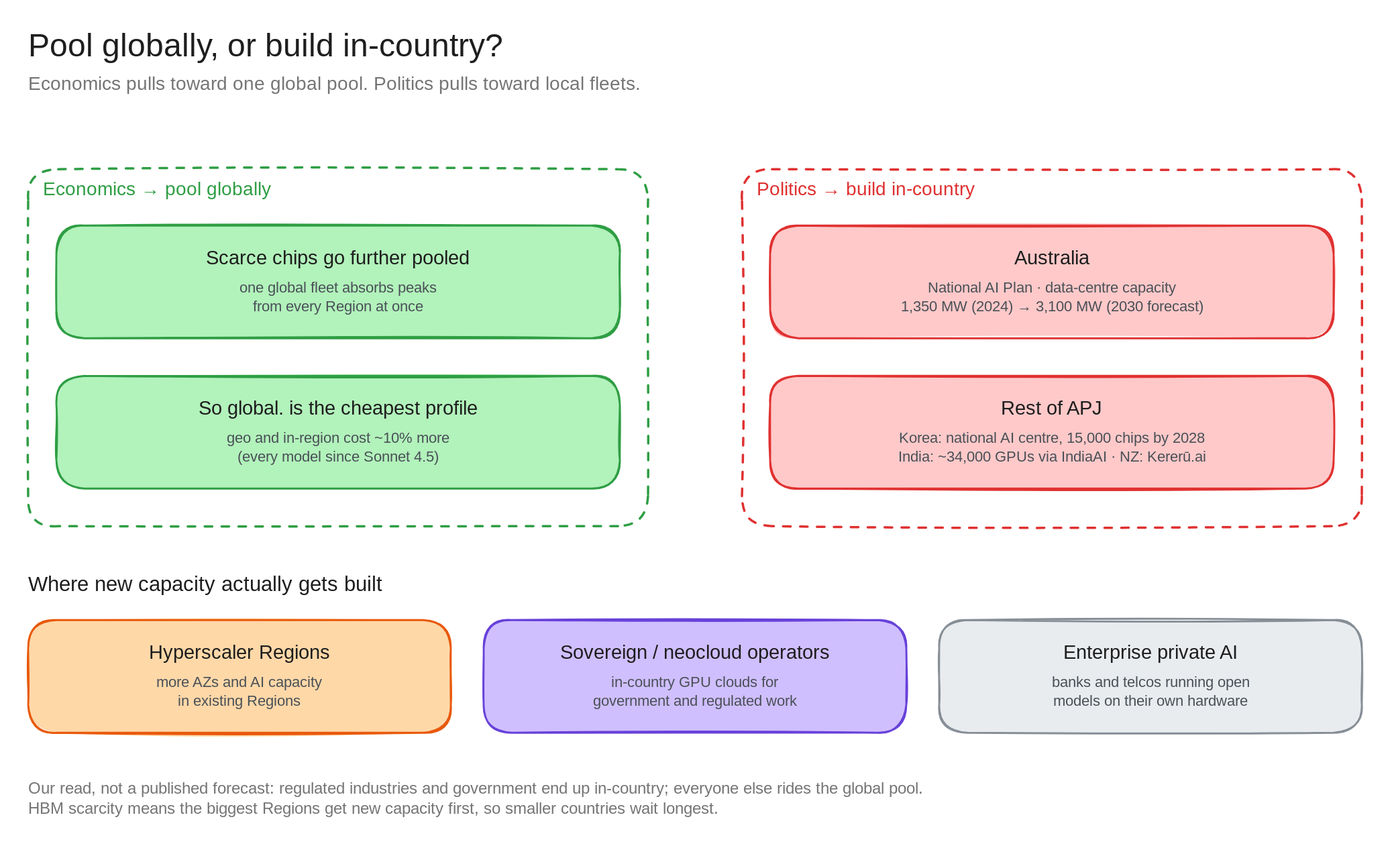
Before: architecture-diagrams/claude-anz-infra-excalidraw/diagrams/c7b-pool-vs-local.excalidraw.svg, a diagram exported from Excalidraw (bsnehanshu/slides). Source tidied: one line per element, renumbered; positions are measured from the earlier drawing's top-left corner, leaving out a move shared by most shapes.
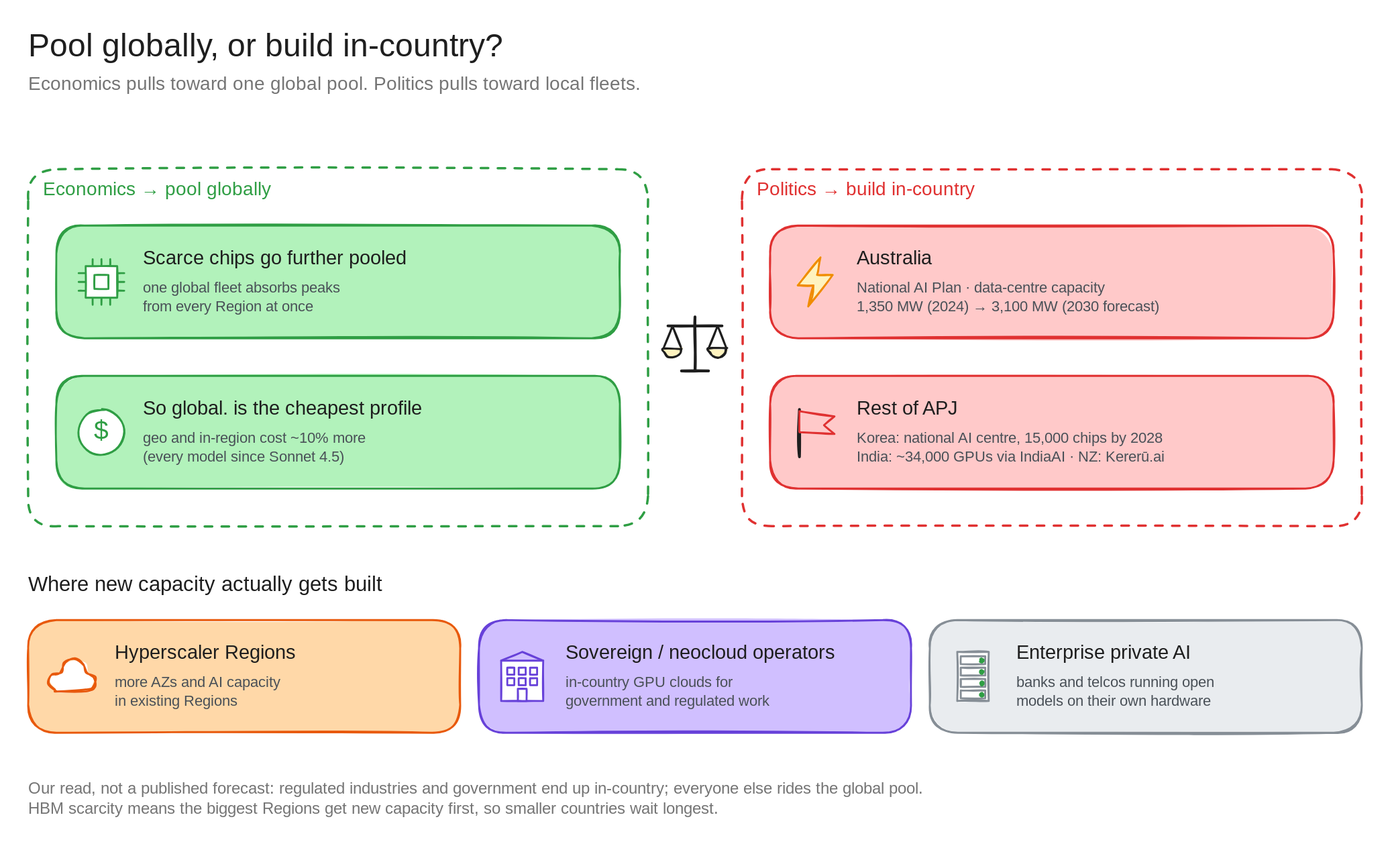
Above is the later version.

Change to the diagram source:
```diff
@@ -3,27 +3,72 @@
 {"id": 2, "type": "rectangle", "strokeColor": "#2f9e44", "strokeWidth": 2, "strokeStyle": "dashed", "roughness": 1, "round": true, "x": 0, "y": 150, "width": 660, "height": 380}
 {"id": 3, "type": "text", "text": "Economics → pool globally", "strokeColor": "#2f9e44", "strokeWidth": 2, "roughness": 1, "fontSize": 20, "fontFamily": 5, "x": 16, "y": 160, "width": 253, "height": 25}
 {"id": 4, "type": "rectangle", "strokeColor": "#2f9e44", "backgroundColor": "#b2f2bb", "fillStyle": "solid", "strokeWidth": 2, "roughness": 1, "round": true, "x": 30, "y": 210, "width": 600, "height": 120}
-{"id": 5, "type": "text", "text": "Scarce chips go further pooled", "strokeColor": "#1e1e1e", "strokeWidth": 2, "roughness": 1, "fontSize": 21, "fontFamily": 5, "textAlign": "center", "x": 172, "y": 233, "width": 317, "height": 26}
+{"id": 5, "type": "text", "text": "Scarce chips go further pooled", "strokeColor": "#1e1e1e", "strokeWidth": 2, "roughness": 1, "fontSize": 21, "fontFamily": 5, "x": 122, "y": 233, "width": 317, "height": 26}
-{"id": 6, "type": "text", "text": "one global fleet absorbs peaks\nfrom every Region at once", "strokeColor": "#495057", "strokeWidth": 2, "roughness": 1, "fontSize": 16, "fontFamily": 5, "textAlign": "center", "x": 210, "y": 267, "width": 240, "height": 40}
+{"id": 6, "type": "text", "text": "one global fleet absorbs peaks\nfrom every Region at once", "strokeColor": "#495057", "strokeWidth": 2, "roughness": 1, "fontSize": 16, "fontFamily": 5, "x": 122, "y": 267, "width": 240, "height": 40}
+{"id": 29, "type": "line", "strokeColor": "#2f9e44", "strokeWidth": 2, "roughness": 1, "x": 69, "y": 246, "width": 0, "height": 7, "points": [[0, 0], [0, 7]]}
+{"id": 30, "type": "line", "strokeColor": "#2f9e44", "strokeWidth": 2, "roughness": 1, "x": 69, "y": 287, "width": 0, "height": 7, "points": [[0, 0], [0, 7]]}
+{"id": 31, "type": "line", "strokeColor": "#2f9e44", "strokeWidth": 2, "roughness": 1, "x": 54, "y": 261, "width": 7, "height": 0, "points": [[0, 0], [7, 0]]}
+{"id": 32, "type": "line", "strokeColor": "#2f9e44", "strokeWidth": 2, "roughness": 1, "x": 95, "y": 261, "width": 7, "height": 0, "points": [[0, 0], [7, 0]]}
+{"id": 33, "type": "line", "strokeColor": "#2f9e44", "strokeWidth": 2, "roughness": 1, "x": 78, "y": 246, "width": 0, "height": 7, "points": [[0, 0], [0, 7]]}
+{"id": 34, "type": "line", "strokeColor": "#2f9e44", "strokeWidth": 2, "roughness": 1, "x": 78, "y": 287, "width": 0, "height": 7, "points": [[0, 0], [0, 7]]}
+{"id": 35, "type": "line", "strokeColor": "#2f9e44", "strokeWidth": 2, "roughness": 1, "x": 54, "y": 270, "width": 7, "height": 0, "points": [[0, 0], [7, 0]]}
+{"id": 36, "type": "line", "strokeColor": "#2f9e44", "strokeWidth": 2, "roughness": 1, "x": 95, "y": 270, "width": 7, "height": 0, "points": [[0, 0], [7, 0]]}
+{"id": 37, "type": "line", "strokeColor": "#2f9e44", "strokeWidth": 2, "roughness": 1, "x": 87, "y": 246, "width": 0, "height": 7, "points": [[0, 0], [0, 7]]}
+{"id": 38, "type": "line", "strokeColor": "#2f9e44", "strokeWidth": 2, "roughness": 1, "x": 87, "y": 287, "width": 0, "height": 7, "points": [[0, 0], [0, 7]]}
+{"id": 39, "type": "line", "strokeColor": "#2f9e44", "strokeWidth": 2, "roughness": 1, "x": 54, "y": 279, "width": 7, "height": 0, "points": [[0, 0], [7, 0]]}
+{"id": 40, "type": "line", "strokeColor": "#2f9e44", "strokeWidth": 2, "roughness": 1, "x": 95, "y": 279, "width": 7, "height": 0, "points": [[0, 0], [7, 0]]}
+{"id": 41, "type": "rectangle", "strokeColor": "#2f9e44", "backgroundColor": "#ffffff", "fillStyle": "solid", "strokeWidth": 2, "roughness": 1, "x": 61, "y": 253, "width": 34, "height": 34}
+{"id": 42, "type": "rectangle", "strokeColor": "#2f9e44", "backgroundColor": "#ffffff", "fillStyle": "solid", "strokeWidth": 2, "roughness": 1, "x": 71, "y": 263, "width": 15, "height": 15}
 {"id": 7, "type": "rectangle", "strokeColor": "#2f9e44", "backgroundColor": "#b2f2bb", "fillStyle": "solid", "strokeWidth": 2, "roughness": 1, "round": true, "x": 30, "y": 370, "width": 600, "height": 120}
-{"id": 8, "type": "text", "text": "So global. is the cheapest profile", "strokeColor": "#1e1e1e", "strokeWidth": 2, "roughness": 1, "fontSize": 21, "fontFamily": 5, "textAlign": "center", "x": 160, "y": 393, "width": 340, "height": 26}
+{"id": 8, "type": "text", "text": "So global. is the cheapest profile", "strokeColor": "#1e1e1e", "strokeWidth": 2, "roughness": 1, "fontSize": 21, "fontFamily": 5, "x": 122, "y": 393, "width": 340, "height": 26}
-{"id": 9, "type": "text", "text": "geo and in-region cost ~10% more\n(every model since Sonnet 4.5)", "strokeColor": "#495057", "strokeWidth": 2, "roughness": 1, "fontSize": 16, "fontFamily": 5, "textAlign": "center", "x": 197, "y": 427, "width": 266, "height": 40}
+{"id": 9, "type": "text", "text": "geo and in-region cost ~10% more\n(every model since Sonnet 4.5)", "strokeColor": "#495057", "strokeWidth": 2, "roughness": 1, "fontSize": 16, "fontFamily": 5, "x": 122, "y": 427, "width": 266, "height": 40}
+{"id": 43, "type": "ellipse", "strokeColor": "#2f9e44", "backgroundColor": "#ffffff", "fillStyle": "solid", "strokeWidth": 2, "roughness": 1, "round": true, "x": 54, "y": 406, "width": 49, "height": 49}
+{"id": 44, "type": "text", "text": "$", "strokeColor": "#2f9e44", "strokeWidth": 2, "roughness": 1, "fontSize": 28, "fontFamily": 5, "textAlign": "center", "x": 66, "y": 412, "width": 23, "height": 35}
+{"id": 45, "type": "line", "strokeColor": "#1e1e1e", "strokeWidth": 3, "roughness": 1, "x": 710, "y": 307, "width": 0, "height": 58, "points": [[0, 0], [0, 58]]}
+{"id": 46, "type": "line", "strokeColor": "#1e1e1e", "strokeWidth": 3, "roughness": 1, "x": 696, "y": 365, "width": 29, "height": 0, "points": [[0, 0], [29, 0]]}
+{"id": 47, "type": "line", "strokeColor": "#1e1e1e", "strokeWidth": 3, "roughness": 1, "x": 681, "y": 317, "width": 58, "height": 0, "points": [[0, 0], [58, 0]]}
+{"id": 48, "type": "line", "strokeColor": "#1e1e1e", "strokeWidth": 2, "roughness": 1, "x": 676, "y": 341, "width": 19, "height": 24, "points": [[0, 0], [10, -24], [19, 0]]}
+{"id": 49, "type": "line", "strokeColor": "#1e1e1e", "strokeWidth": 2, "roughness": 1, "x": 724, "y": 341, "width": 19, "height": 24, "points": [[0, 0], [10, -24], [19, 0]]}
+{"id": 50, "type": "line", "strokeColor": "#1e1e1e", "backgroundColor": "#fff3bf", "fillStyle": "solid", "strokeWidth": 2, "roughness": 1, "round": true, "x": 696, "y": 341, "width": 19, "height": 10, "points": [[0, 0], [-1, 5], [-5, 8], [-10, 10], [-14, 8], [-18, 5], [-19, 0], [0, 0]]}
+{"id": 51, "type": "line", "strokeColor": "#1e1e1e", "backgroundColor": "#fff3bf", "fillStyle": "solid", "strokeWidth": 2, "roughness": 1, "round": true, "x": 744, "y": 341, "width": 19, "height": 10, "points": [[0, 0], [-1, 5], [-5, 8], [-10, 10], [-14, 8], [-18, 5], [-19, 0], [0, 0]]}
 {"id": 10, "type": "rectangle", "strokeColor": "#e03131", "strokeWidth": 2, "strokeStyle": "dashed", "roughness": 1, "round": true, "x": 760, "y": 150, "width": 660, "height": 380}
 {"id": 11, "type": "text", "text": "Politics → build in-country", "strokeColor": "#e03131", "strokeWidth": 2, "roughness": 1, "fontSize": 20, "fontFamily": 5, "x": 776, "y": 160, "width": 259, "height": 25}
 {"id": 12, "type": "rectangle", "strokeColor": "#e03131", "backgroundColor": "#ffc9c9", "fillStyle": "solid", "strokeWidth": 2, "roughness": 1, "round": true, "x": 790, "y": 210, "width": 600, "height": 120}
-{"id": 13, "type": "text", "text": "Australia", "strokeColor": "#1e1e1e", "strokeWidth": 2, "roughness": 1, "fontSize": 21, "fontFamily": 5, "textAlign": "center", "x": 1044, "y": 233, "width": 93, "height": 26}
+{"id": 13, "type": "text", "text": "Australia", "strokeColor": "#1e1e1e", "strokeWidth": 2, "roughness": 1, "fontSize": 21, "fontFamily": 5, "x": 882, "y": 233, "width": 93, "height": 26}
-{"id": 14, "type": "text", "text": "National AI Plan · data-centre capacity\n1,350 MW (2024) → 3,100 MW (2030 forecast)", "strokeColor": "#495057", "strokeWidth": 2, "roughness": 1, "fontSize": 16, "fontFamily": 5, "textAlign": "center", "x": 902, "y": 267, "width": 375, "height": 40}
+{"id": 14, "type": "text", "text": "National AI Plan · data-centre capacity\n1,350 MW (2024) → 3,100 MW (2030 forecast)", "strokeColor": "#495057", "strokeWidth": 2, "roughness": 1, "fontSize": 16, "fontFamily": 5, "x": 882, "y": 267, "width": 375, "height": 40}
+{"id": 52, "type": "line", "strokeColor": "#f08c00", "backgroundColor": "#fff3bf", "fillStyle": "solid", "strokeWidth": 2, "roughness": 1, "x": 844, "y": 244, "width": 37, "height": 52, "points": [[0, 0], [-24, 30], [-7, 30], [-13, 52], [13, 19], [-4, 19], [0, 0]]}
 {"id": 15, "type": "rectangle", "strokeColor": "#e03131", "backgroundColor": "#ffc9c9", "fillStyle": "solid", "strokeWidth": 2, "roughness": 1, "round": true, "x": 790, "y": 370, "width": 600, "height": 120}
-{"id": 16, "type": "text", "text": "Rest of APJ", "strokeColor": "#1e1e1e", "strokeWidth": 2, "roughness": 1, "fontSize": 21, "fontFamily": 5, "textAlign": "center", "x": 1024, "y": 393, "width": 132, "height": 26}
+{"id": 16, "type": "text", "text": "Rest of APJ", "strokeColor": "#1e1e1e", "strokeWidth": 2, "roughness": 1, "fontSize": 21, "fontFamily": 5, "x": 882, "y": 393, "width": 132, "height": 26}
-{"id": 17, "type": "text", "text": "Korea: national AI centre, 15,000 chips by 2028\nIndia: ~34,000 GPUs via IndiaAI · NZ: Kererū.ai", "strokeColor": "#495057", "strokeWidth": 2, "roughness": 1, "fontSize": 16, "fontFamily": 5, "textAlign": "center", "x": 900, "y": 427, "width": 380, "height": 40}
+{"id": 17, "type": "text", "text": "Korea: national AI centre, 15,000 chips by 2028\nIndia: ~34,000 GPUs via IndiaAI · NZ: Kererū.ai", "strokeColor": "#495057", "strokeWidth": 2, "roughness": 1, "fontSize": 16, "fontFamily": 5, "x": 882, "y": 427, "width": 380, "height": 40}
+{"id": 53, "type": "line", "strokeColor": "#1e1e1e", "strokeWidth": 3, "roughness": 1, "x": 821, "y": 456, "width": 0, "height": 50, "points": [[0, 0], [0, -50]]}
+{"id": 54, "type": "line", "strokeColor": "#e03131", "backgroundColor": "#ffc9c9", "fillStyle": "solid", "strokeWidth": 2, "roughness": 1, "x": 821, "y": 408, "width": 37, "height": 24, "points": [[0, 0], [37, 6], [26, 15], [37, 24], [0, 22], [0, 0]]}
 {"id": 18, "type": "text", "text": "Where new capacity actually gets built", "strokeColor": "#1e1e1e", "strokeWidth": 2, "roughness": 1, "fontSize": 22, "fontFamily": 5, "x": 0, "y": 580, "width": 413, "height": 28}
-{"id": 19, "type": "rectangle", "strokeColor": "#e8590c", "backgroundColor": "#ffd8a8", "fillStyle": "solid", "strokeWidth": 2, "roughness": 1, "round": true, "x": 0, "y": 630, "width": 450, "height": 120}
+{"id": 19, "type": "rectangle", "strokeColor": "#e8590c", "backgroundColor": "#ffd8a8", "fillStyle": "solid", "strokeWidth": 2, "roughness": 1, "round": true, "x": 0, "y": 630, "width": 460, "height": 120}
-{"id": 20, "type": "text", "text": "Hyperscaler Regions", "strokeColor": "#1e1e1e", "strokeWidth": 2, "roughness": 1, "fontSize": 21, "fontFamily": 5, "textAlign": "center", "x": 124, "y": 653, "width": 203, "height": 26}
+{"id": 20, "type": "text", "text": "Hyperscaler Regions", "strokeColor": "#1e1e1e", "strokeWidth": 2, "roughness": 1, "fontSize": 21, "fontFamily": 5, "x": 92, "y": 653, "width": 203, "height": 26}
-{"id": 21, "type": "text", "text": "more AZs and AI capacity\nin existing Regions", "strokeColor": "#495057", "strokeWidth": 2, "roughness": 1, "fontSize": 16, "fontFamily": 5, "textAlign": "center", "x": 122, "y": 687, "width": 207, "height": 40}
+{"id": 21, "type": "text", "text": "more AZs and AI capacity\nin existing Regions", "strokeColor": "#495057", "strokeWidth": 2, "roughness": 1, "fontSize": 16, "fontFamily": 5, "x": 92, "y": 687, "width": 207, "height": 40}
+{"id": 55, "type": "line", "strokeColor": "#e8590c", "backgroundColor": "#ffffff", "fillStyle": "solid", "strokeWidth": 2, "roughness": 1, "round": true, "x": 29, "y": 705, "width": 49, "height": 34, "points": [[0, 0], [-7, -7], [-4, -17], [6, -20], [9, -29], [21, -34], [31, -28], [34, -20], [41, -14], [41, -5], [34, 0], [0, 0]]}
-{"id": 22, "type": "rectangle", "strokeColor": "#6741d9", "backgroundColor": "#d0bfff", "fillStyle": "solid", "strokeWidth": 2, "roughness": 1, "round": true, "x": 485, "y": 630, "width": 450, "height": 120}
+{"id": 22, "type": "rectangle", "strokeColor": "#6741d9", "backgroundColor": "#d0bfff", "fillStyle": "solid", "strokeWidth": 2, "roughness": 1, "round": true, "x": 480, "y": 630, "width": 460, "height": 120}
-{"id": 23, "type": "text", "text": "Sovereign / neocloud operators", "strokeColor": "#1e1e1e", "strokeWidth": 2, "roughness": 1, "fontSize": 21, "fontFamily": 5, "textAlign": "center", "x": 550, "y": 653, "width": 321, "height": 26}
+{"id": 23, "type": "text", "text": "Sovereign / neocloud operators", "strokeColor": "#1e1e1e", "strokeWidth": 2, "roughness": 1, "fontSize": 21, "fontFamily": 5, "x": 572, "y": 653, "width": 321, "height": 26}
-{"id": 24, "type": "text", "text": "in-country GPU clouds for\ngovernment and regulated work", "strokeColor": "#495057", "strokeWidth": 2, "roughness": 1, "fontSize": 16, "fontFamily": 5, "textAlign": "center", "x": 588, "y": 687, "width": 244, "height": 40}
+{"id": 24, "type": "text", "text": "in-country GPU clouds for\ngovernment and regulated work", "strokeColor": "#495057", "strokeWidth": 2, "roughness": 1, "fontSize": 16, "fontFamily": 5, "x": 572, "y": 687, "width": 244, "height": 40}
+{"id": 56, "type": "rectangle", "strokeColor": "#6741d9", "backgroundColor": "#ffffff", "fillStyle": "solid", "strokeWidth": 2, "roughness": 1, "x": 504, "y": 673, "width": 45, "height": 43}
+{"id": 57, "type": "line", "strokeColor": "#6741d9", "strokeWidth": 2, "roughness": 1, "x": 504, "y": 673, "width": 45, "height": 9, "points": [[0, 0], [22, -9], [45, 0]]}
+{"id": 58, "type": "rectangle", "strokeColor": "#6741d9", "backgroundColor": "#ffffff", "fillStyle": "solid", "strokeWidth": 2, "roughness": 1, "x": 510, "y": 681, "width": 7, "height": 7}
+{"id": 59, "type": "rectangle", "strokeColor": "#6741d9", "backgroundColor": "#ffffff", "fillStyle": "solid", "strokeWidth": 2, "roughness": 1, "x": 522, "y": 681, "width": 7, "height": 7}
+{"id": 60, "type": "rectangle", "strokeColor": "#6741d9", "backgroundColor": "#ffffff", "fillStyle": "solid", "strokeWidth": 2, "roughness": 1, "x": 534, "y": 681, "width": 7, "height": 7}
+{"id": 61, "type": "rectangle", "strokeColor": "#6741d9", "backgroundColor": "#ffffff", "fillStyle": "solid", "strokeWidth": 2, "roughness": 1, "x": 510, "y": 692, "width": 7, "height": 7}
+{"id": 62, "type": "rectangle", "strokeColor": "#6741d9", "backgroundColor": "#ffffff", "fillStyle": "solid", "strokeWidth": 2, "roughness": 1, "x": 522, "y": 692, "width": 7, "height": 7}
+{"id": 63, "type": "rectangle", "strokeColor": "#6741d9", "backgroundColor": "#ffffff", "fillStyle": "solid", "strokeWidth": 2, "roughness": 1, "x": 534, "y": 692, "width": 7, "height": 7}
+{"id": 64, "type": "rectangle", "strokeColor": "#6741d9", "backgroundColor": "#ffffff", "fillStyle": "solid", "strokeWidth": 2, "roughness": 1, "x": 521, "y": 703, "width": 9, "height": 13}
-{"id": 25, "type": "rectangle", "strokeColor": "#868e96", "backgroundColor": "#e9ecef", "fillStyle": "solid", "strokeWidth": 2, "roughness": 1, "round": true, "x": 970, "y": 630, "width": 450, "height": 120}
+{"id": 25, "type": "rectangle", "strokeColor": "#868e96", "backgroundColor": "#e9ecef", "fillStyle": "solid", "strokeWidth": 2, "roughness": 1, "round": true, "x": 960, "y": 630, "width": 460, "height": 120}
-{"id": 26, "type": "text", "text": "Enterprise private AI", "strokeColor": "#1e1e1e", "strokeWidth": 2, "roughness": 1, "fontSize": 21, "fontFamily": 5, "textAlign": "center", "x": 1084, "y": 653, "width": 221, "height": 26}
+{"id": 26, "type": "text", "text": "Enterprise private AI", "strokeColor": "#1e1e1e", "strokeWidth": 2, "roughness": 1, "fontSize": 21, "fontFamily": 5, "x": 1052, "y": 653, "width": 221, "height": 26}
-{"id": 27, "type": "text", "text": "banks and telcos running open\nmodels on their own hardware", "strokeColor": "#495057", "strokeWidth": 2, "roughness": 1, "fontSize": 16, "fontFamily": 5, "textAlign": "center", "x": 1078, "y": 687, "width": 235, "height": 40}
+{"id": 27, "type": "text", "text": "banks and telcos running open\nmodels on their own hardware", "strokeColor": "#495057", "strokeWidth": 2, "roughness": 1, "fontSize": 16, "fontFamily": 5, "x": 1052, "y": 687, "width": 235, "height": 40}
+{"id": 65, "type": "rectangle", "strokeColor": "#868e96", "backgroundColor": "#ffffff", "fillStyle": "solid", "strokeWidth": 2, "roughness": 1, "x": 989, "y": 664, "width": 34, "height": 52}
+{"id": 66, "type": "rectangle", "strokeColor": "#868e96", "backgroundColor": "#ffffff", "fillStyle": "solid", "strokeWidth": 2, "roughness": 1, "x": 993, "y": 669, "width": 26, "height": 8}
+{"id": 67, "type": "ellipse", "strokeColor": "#2f9e44", "backgroundColor": "#2f9e44", "fillStyle": "solid", "strokeWidth": 2, "roughness": 1, "round": true, "x": 1013, "y": 671, "width": 4, "height": 4}
+{"id": 68, "type": "rectangle", "strokeColor": "#868e96", "backgroundColor": "#ffffff", "fillStyle": "solid", "strokeWidth": 2, "roughness": 1, "x": 993, "y": 681, "width": 26, "height": 8}
+{"id": 69, "type": "ellipse", "strokeColor": "#2f9e44", "backgroundColor": "#2f9e44", "fillStyle": "solid", "strokeWidth": 2, "roughness": 1, "round": true, "x": 1013, "y": 683, "width": 4, "height": 4}
+{"id": 70, "type": "rectangle", "strokeColor": "#868e96", "backgroundColor": "#ffffff", "fillStyle": "solid", "strokeWidth": 2, "roughness": 1, "x": 993, "y": 693, "width": 26, "height": 8}
+{"id": 71, "type": "ellipse", "strokeColor": "#2f9e44", "backgroundColor": "#2f9e44", "fillStyle": "solid", "strokeWidth": 2, "roughness": 1, "round": true, "x": 1013, "y": 696, "width": 4, "height": 4}
+{"id": 72, "type": "rectangle", "strokeColor": "#868e96", "backgroundColor": "#ffffff", "fillStyle": "solid", "strokeWidth": 2, "roughness": 1, "x": 993, "y": 705, "width": 26, "height": 8}
+{"id": 73, "type": "ellipse", "strokeColor": "#2f9e44", "backgroundColor": "#2f9e44", "fillStyle": "solid", "strokeWidth": 2, "roughness": 1, "round": true, "x": 1013, "y": 708, "width": 4, "height": 4}
 {"id": 28, "type": "text", "text": "Our read, not a published forecast: regulated industries and government end up in-country; everyone else rides the global pool.\nHBM scarcity means the biggest Regions get new capacity first, so smaller countries wait longest.", "strokeColor": "#757575", "strokeWidth": 2, "roughness": 1, "fontSize": 17, "fontFamily": 5, "x": 0, "y": 800, "width": 1052, "height": 42}
```
